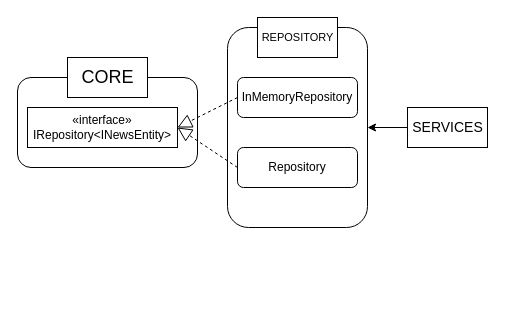
Earlier version of the draw.io diagram img/REPOSITORY_diagram.drawio (carlCarlson6/CamillionCodeAssignment). Source tidied: cells renumbered, new cells numbered last; positions are measured from the earlier drawing's top-left corner, leaving out a move shared by most shapes. Both pictures are drawn from the tidied source at 100%, with x=0, y=0 at pixel (17, 17).
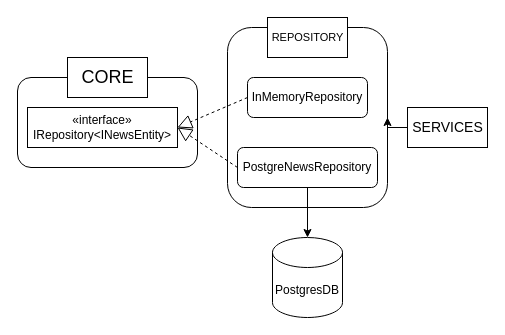
The same diagram, later.

What changed in the source:
```diff
@@
 <mxGraphModel>
   <root>
     <mxCell id="0" />
     <mxCell id="1" parent="0" />
     <mxCell id="2" style="rounded=1;whiteSpace=wrap;html=1;" parent="1" vertex="1">
       <mxGeometry y="60" width="180" height="90" as="geometry" />
     </mxCell>
     <mxCell id="3" style="rounded=1;whiteSpace=wrap;html=1;" parent="1" vertex="1">
-      <mxGeometry x="210" y="10" width="140" height="200" as="geometry" />
+      <mxGeometry x="210" y="10" width="160" height="180" as="geometry" />
     </mxCell>
     <mxCell id="4" value="&lt;font style=&quot;font-size: 11px&quot;&gt;REPOSITORY&lt;/font&gt;" style="html=1;" parent="1" vertex="1">
-      <mxGeometry x="240" width="80" height="40" as="geometry" />
+      <mxGeometry x="250" width="80" height="40" as="geometry" />
     </mxCell>
     <mxCell id="5" value="InMemoryRepository" style="rounded=1;whiteSpace=wrap;html=1;" parent="1" vertex="1">
-      <mxGeometry x="220" y="60" width="120" height="40" as="geometry" />
+      <mxGeometry x="230" y="60" width="120" height="40" as="geometry" />
     </mxCell>
     <mxCell id="6" value="«interface»&lt;br style=&quot;padding: 0px ; margin: 0px&quot;&gt;IRepository&amp;lt;INewsEntity&amp;gt;" style="rounded=0;whiteSpace=wrap;html=1;" parent="1" vertex="1">
       <mxGeometry x="10" y="90" width="150" height="40" as="geometry" />
     </mxCell>
     <mxCell id="7" style="endArrow=block;dashed=1;endFill=0;endSize=12;html=1;exitX=0;exitY=0.5;exitDx=0;exitDy=0;entryX=1;entryY=0.5;entryDx=0;entryDy=0;" parent="1" edge="1" source="5" target="6">
       <mxGeometry relative="1" as="geometry" />
     </mxCell>
+    <mxCell id="14" style="edgeStyle=orthogonalEdgeStyle;rounded=0;jettySize=auto;html=1;entryX=0.5;entryY=0;entryDx=0;entryDy=0;entryPerimeter=0;" parent="1" edge="1" source="8" target="15">
+      <mxGeometry relative="1" as="geometry" />
+    </mxCell>
-    <mxCell id="8" value="Repository" style="rounded=1;whiteSpace=wrap;html=1;" parent="1" vertex="1">
-      <mxGeometry x="220" y="130" width="120" height="40" as="geometry" />
+    <mxCell id="8" value="PostgreNewsRepository" style="rounded=1;whiteSpace=wrap;html=1;" parent="1" vertex="1">
+      <mxGeometry x="220" y="130" width="140" height="40" as="geometry" />
     </mxCell>
     <mxCell id="9" style="endArrow=block;dashed=1;endFill=0;endSize=12;html=1;exitX=0;exitY=0.5;exitDx=0;exitDy=0;entryX=1;entryY=0.5;entryDx=0;entryDy=0;" parent="1" edge="1" source="8" target="6">
       <mxGeometry relative="1" as="geometry" />
     </mxCell>
     <mxCell id="10" style="edgeStyle=orthogonalEdgeStyle;rounded=0;jettySize=auto;html=1;entryX=1;entryY=0.5;entryDx=0;entryDy=0;" parent="1" edge="1" source="11" target="3">
       <mxGeometry relative="1" as="geometry" />
     </mxCell>
     <mxCell id="11" value="&lt;font style=&quot;font-size: 14px&quot;&gt;SERVICES&lt;/font&gt;" style="html=1;" parent="1" vertex="1">
       <mxGeometry x="390" y="90" width="80" height="40" as="geometry" />
     </mxCell>
     <mxCell id="12" style="edgeStyle=orthogonalEdgeStyle;rounded=0;orthogonalLoop=1;jettySize=auto;html=1;exitX=0.5;exitY=1;exitDx=0;exitDy=0;" parent="1" edge="1" source="3" target="3">
       <mxGeometry relative="1" as="geometry" />
     </mxCell>
     <mxCell id="13" value="&lt;font style=&quot;font-size: 18px&quot;&gt;CORE&lt;/font&gt;" style="html=1;" parent="1" vertex="1">
       <mxGeometry x="50" y="40" width="80" height="40" as="geometry" />
     </mxCell>
+    <mxCell id="15" value="PostgresDB" style="shape=cylinder3;whiteSpace=wrap;html=1;boundedLbl=1;backgroundOutline=1;size=15;" parent="1" vertex="1">
+      <mxGeometry x="255" y="220" width="70" height="80" as="geometry" />
+    </mxCell>
   </root>
 </mxGraphModel>
```
